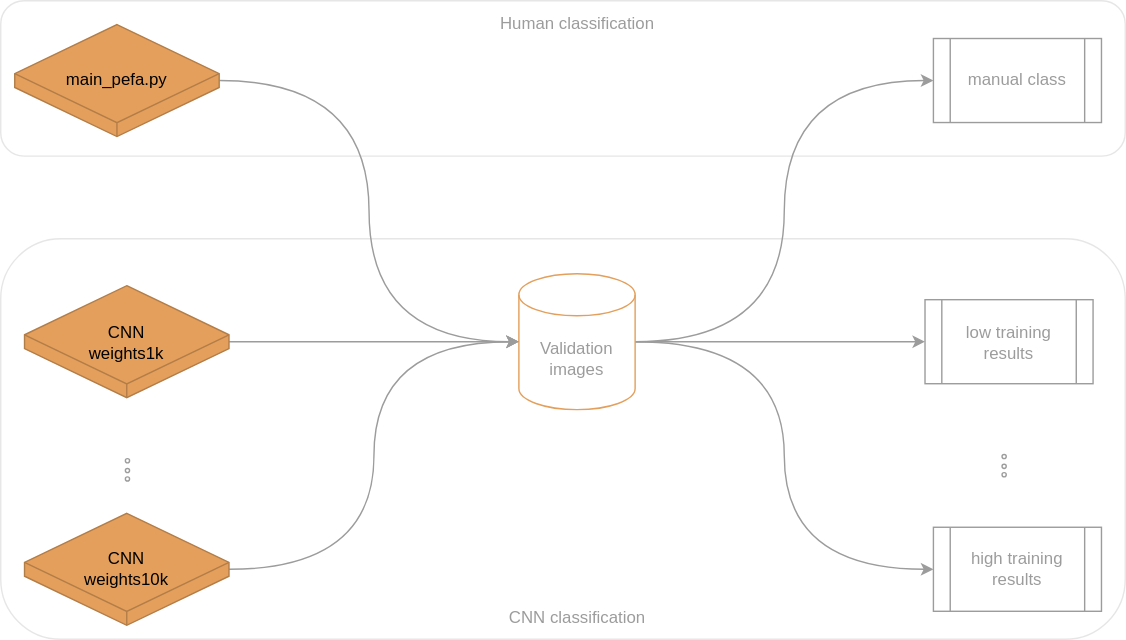
This is R/scripts/verification/workflow.drawio.svg from robert-sipho/pefa_nest-cam, a draw.io export, as it was before one commit. Source tidied: cells renumbered, new cells last; positions are measured from the earlier drawing's top-left corner, leaving out a move shared by most shapes.
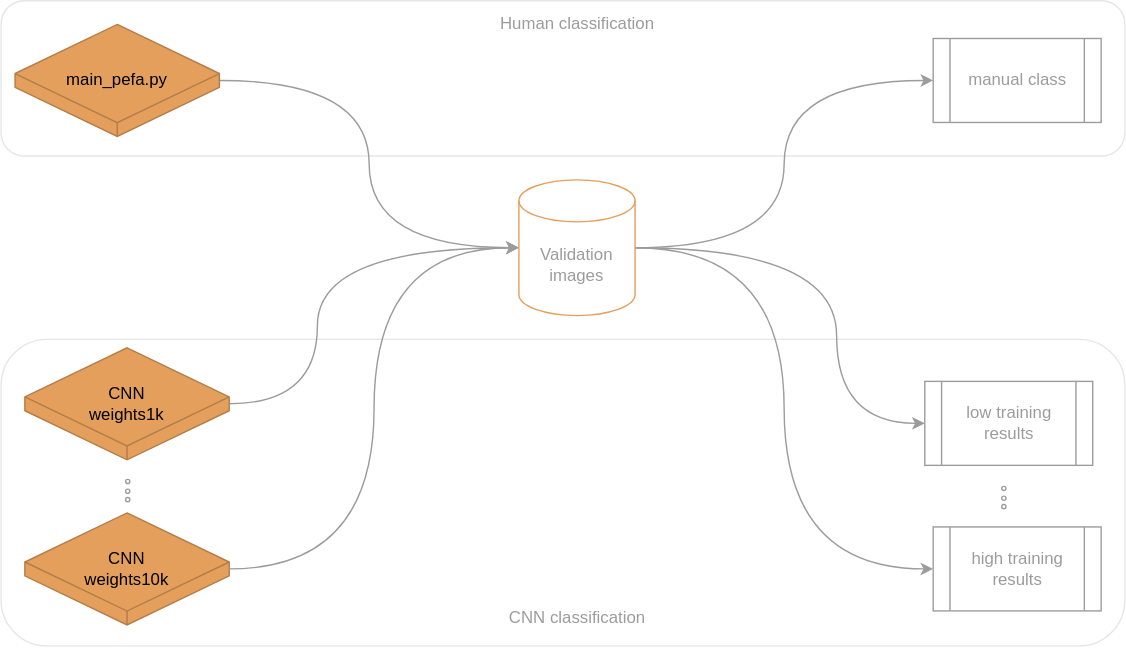
The same diagram one commit later.

Commit message:
verification flow

Diff of the diagram source:
```diff
@@ -3,7 +3,7 @@
     <mxCell id="0" />
     <mxCell id="1" parent="0" />
     <mxCell id="2" style="rounded=1;whiteSpace=wrap;html=1;strokeColor=#9C9C9C;fillColor=none;fontColor=#9C9C9C;opacity=25;" parent="1" vertex="1">
-      <mxGeometry y="170" width="803" height="286" as="geometry" />
+      <mxGeometry y="242" width="803" height="219" as="geometry" />
     </mxCell>
     <mxCell id="3" style="rounded=1;whiteSpace=wrap;html=1;strokeColor=#9C9C9C;fillColor=none;fontColor=#9C9C9C;opacity=25;" parent="1" vertex="1">
       <mxGeometry width="803" height="111" as="geometry" />
@@ -20,20 +20,30 @@
     <mxCell id="7" style="edgeStyle=orthogonalEdgeStyle;curved=1;jettySize=auto;html=1;entryX=0;entryY=0.5;entryDx=0;entryDy=0;strokeColor=#9C9C9C;" parent="1" edge="1" source="10" target="6">
       <mxGeometry relative="1" as="geometry" />
     </mxCell>
+    <mxCell id="9" style="edgeStyle=orthogonalEdgeStyle;curved=1;jettySize=auto;html=1;entryX=0;entryY=0.5;entryDx=0;entryDy=0;strokeColor=#9C9C9C;" parent="1" edge="1" source="10" target="16">
+      <mxGeometry relative="1" as="geometry" />
+    </mxCell>
-    <mxCell id="8" style="edgeStyle=orthogonalEdgeStyle;jettySize=auto;html=1;entryX=0;entryY=0.5;entryDx=0;entryDy=0;rounded=0;strokeColor=#9C9C9C;" parent="1" edge="1" source="10" target="15">
-      <mxGeometry relative="1" as="geometry" />
+    <mxCell id="8" style="edgeStyle=orthogonalEdgeStyle;curved=1;jettySize=auto;html=1;entryX=0;entryY=0.5;entryDx=0;entryDy=0;strokeColor=#9C9C9C;" parent="1" edge="1" source="10" target="15">
+      <mxGeometry relative="1" as="geometry">
+        <Array as="points">
+          <mxPoint x="597" y="177" />
+          <mxPoint x="597" y="302" />
+        </Array>
+      </mxGeometry>
     </mxCell>
-    <mxCell id="9" style="edgeStyle=orthogonalEdgeStyle;curved=1;jettySize=auto;html=1;entryX=0;entryY=0.5;entryDx=0;entryDy=0;strokeColor=#9C9C9C;" parent="1" edge="1" source="10" target="16">
-      <mxGeometry relative="1" as="geometry" />
-    </mxCell>
     <mxCell id="10" value="Validation&amp;nbsp;&lt;br&gt;images" style="shape=cylinder3;whiteSpace=wrap;html=1;boundedLbl=1;backgroundOutline=1;size=15;strokeColor=#E39F5B;fontColor=#9C9C9C;fillColor=none;" parent="1" vertex="1">
-      <mxGeometry x="370" y="195" width="83" height="97" as="geometry" />
+      <mxGeometry x="370" y="128" width="83" height="97" as="geometry" />
     </mxCell>
-    <mxCell id="11" style="edgeStyle=orthogonalEdgeStyle;jettySize=auto;html=1;rounded=0;strokeColor=#9C9C9C;" parent="1" edge="1" source="12" target="10">
-      <mxGeometry relative="1" as="geometry" />
+    <mxCell id="11" style="edgeStyle=orthogonalEdgeStyle;curved=1;jettySize=auto;html=1;entryX=0;entryY=0.5;entryDx=0;entryDy=0;entryPerimeter=0;strokeColor=#9C9C9C;" parent="1" edge="1" source="12" target="10">
+      <mxGeometry relative="1" as="geometry">
+        <Array as="points">
+          <mxPoint x="226" y="288" />
+          <mxPoint x="226" y="177" />
+        </Array>
+      </mxGeometry>
     </mxCell>
     <mxCell id="12" value="CNN&lt;br&gt;weights1k" style="html=1;whiteSpace=wrap;shape=isoCube2;backgroundOutline=1;isoAngle=15;fillColor=#E39F5B;strokeColor=#B37D48;" parent="1" vertex="1">
-      <mxGeometry x="17" y="203.5" width="146" height="80" as="geometry" />
+      <mxGeometry x="17" y="248" width="146" height="80" as="geometry" />
     </mxCell>
     <mxCell id="13" style="edgeStyle=orthogonalEdgeStyle;curved=1;jettySize=auto;html=1;entryX=0;entryY=0.5;entryDx=0;entryDy=0;entryPerimeter=0;strokeColor=#9C9C9C;" parent="1" edge="1" source="14" target="10">
       <mxGeometry relative="1" as="geometry" />
@@ -42,28 +52,28 @@
       <mxGeometry x="17" y="366" width="146" height="80" as="geometry" />
     </mxCell>
     <mxCell id="15" value="low training results" style="shape=process;whiteSpace=wrap;html=1;backgroundOutline=1;strokeColor=#9C9C9C;fontColor=#9C9C9C;fillColor=none;" parent="1" vertex="1">
-      <mxGeometry x="660" y="213.5" width="120" height="60" as="geometry" />
+      <mxGeometry x="660" y="272" width="120" height="60" as="geometry" />
     </mxCell>
     <mxCell id="16" value="high training results" style="shape=process;whiteSpace=wrap;html=1;backgroundOutline=1;strokeColor=#9C9C9C;fontColor=#9C9C9C;fillColor=none;" parent="1" vertex="1">
       <mxGeometry x="666" y="376" width="120" height="60" as="geometry" />
     </mxCell>
     <mxCell id="17" style="ellipse;whiteSpace=wrap;html=1;fontColor=#9C9C9C;strokeColor=#9C9C9C;fillColor=none;" parent="1" vertex="1">
-      <mxGeometry x="715" y="324" width="3" height="3" as="geometry" />
+      <mxGeometry x="715" y="347" width="3" height="3" as="geometry" />
     </mxCell>
     <mxCell id="18" style="ellipse;whiteSpace=wrap;html=1;fontColor=#9C9C9C;strokeColor=#9C9C9C;fillColor=none;" parent="1" vertex="1">
-      <mxGeometry x="715" y="331" width="3" height="3" as="geometry" />
+      <mxGeometry x="715" y="354" width="3" height="3" as="geometry" />
     </mxCell>
     <mxCell id="19" style="ellipse;whiteSpace=wrap;html=1;fontColor=#9C9C9C;strokeColor=#9C9C9C;fillColor=none;" parent="1" vertex="1">
-      <mxGeometry x="715" y="337" width="3" height="3" as="geometry" />
+      <mxGeometry x="715" y="360" width="3" height="3" as="geometry" />
     </mxCell>
     <mxCell id="20" style="ellipse;whiteSpace=wrap;html=1;fillColor=none;strokeColor=#9C9C9C;" parent="1" vertex="1">
-      <mxGeometry x="89" y="327" width="3" height="3" as="geometry" />
+      <mxGeometry x="89" y="342" width="3" height="3" as="geometry" />
     </mxCell>
     <mxCell id="21" style="ellipse;whiteSpace=wrap;html=1;fillColor=none;strokeColor=#9C9C9C;" parent="1" vertex="1">
-      <mxGeometry x="89" y="334" width="3" height="3" as="geometry" />
+      <mxGeometry x="89" y="349" width="3" height="3" as="geometry" />
     </mxCell>
     <mxCell id="22" style="ellipse;whiteSpace=wrap;html=1;fillColor=none;strokeColor=#9C9C9C;" parent="1" vertex="1">
-      <mxGeometry x="89" y="340" width="3" height="3" as="geometry" />
+      <mxGeometry x="89" y="355" width="3" height="3" as="geometry" />
     </mxCell>
     <mxCell id="23" value="Human classification" style="text;html=1;strokeColor=none;fillColor=none;align=center;verticalAlign=middle;whiteSpace=wrap;rounded=0;fontColor=#9C9C9C;opacity=25;" parent="1" vertex="1">
       <mxGeometry x="344.8" y="7" width="133.5" height="20" as="geometry" />
```
